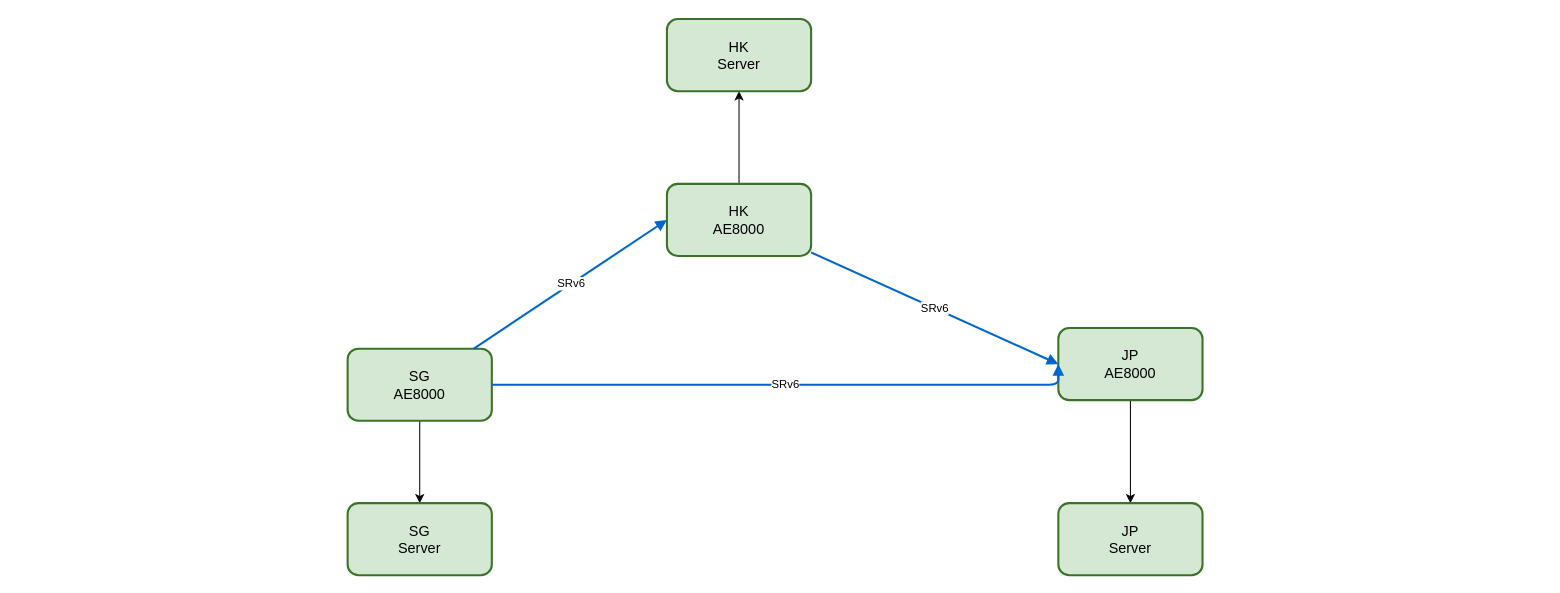
Before: page "underlay" (2 of 6) of arc.drawio in seansuming/ags-sdn-arc, a draw.io diagram. Source tidied: cells renumbered, new cells numbered last; positions are measured from the earlier drawing's top-left corner, leaving out a move shared by most shapes. Both pictures are drawn from the tidied source at 103%, with x=0, y=0 at pixel (347, 19).
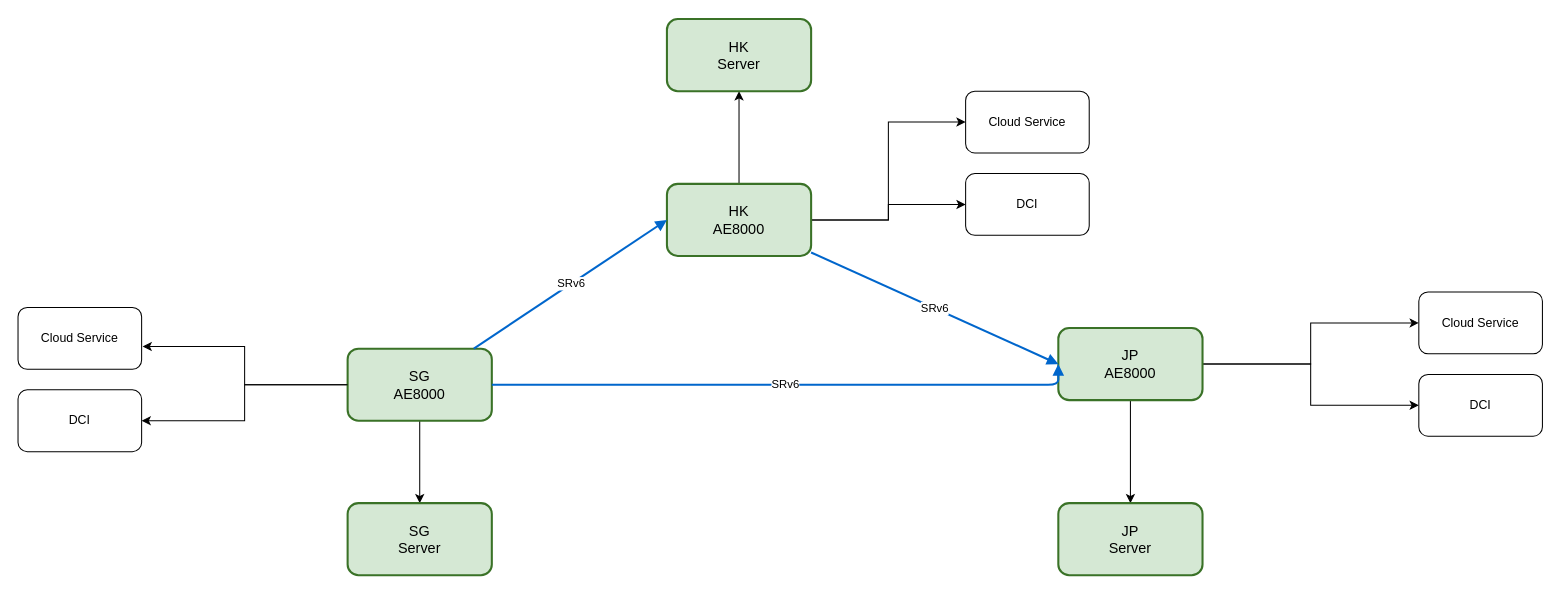
The same diagram, later.

Unchanged cells that the change refers to:
```xml
<mxCell id="3" value="SG&lt;br&gt;AE8000" style="rounded=1;whiteSpace=wrap;html=1;fillColor=#d5e8d4;strokeColor=#3a7227;strokeWidth=2;fontSize=14;" parent="1" vertex="1">
  <mxGeometry y="320" width="140" height="70" as="geometry" />
</mxCell>
<mxCell id="5" value="HK&lt;div&gt;AE8000&lt;/div&gt;" style="rounded=1;whiteSpace=wrap;html=1;fillColor=#d5e8d4;strokeColor=#3a7227;strokeWidth=2;fontSize=14;" parent="1" vertex="1">
  <mxGeometry x="310" y="160" width="140" height="70" as="geometry" />
</mxCell>
<mxCell id="7" value="JP&lt;div&gt;AE8000&lt;/div&gt;" style="rounded=1;whiteSpace=wrap;html=1;fillColor=#d5e8d4;strokeColor=#3a7227;strokeWidth=2;fontSize=14;" parent="1" vertex="1">
  <mxGeometry x="690" y="300" width="140" height="70" as="geometry" />
</mxCell>
```

Diff of the diagram source:
```diff
@@
+    <mxCell id="14" style="edgeStyle=orthogonalEdgeStyle;rounded=0;jettySize=auto;html=1;entryX=1;entryY=0.5;entryDx=0;entryDy=0;" parent="1" edge="1" source="3" target="20">
+      <mxGeometry relative="1" as="geometry" />
+    </mxCell>
@@
+    <mxCell id="15" style="edgeStyle=orthogonalEdgeStyle;rounded=0;jettySize=auto;html=1;entryX=0;entryY=0.5;entryDx=0;entryDy=0;" parent="1" edge="1" source="5" target="24">
+      <mxGeometry relative="1" as="geometry" />
+    </mxCell>
+    <mxCell id="16" style="edgeStyle=orthogonalEdgeStyle;rounded=0;jettySize=auto;html=1;" parent="1" edge="1" source="5" target="25">
+      <mxGeometry relative="1" as="geometry" />
+    </mxCell>
@@
+    <mxCell id="17" style="edgeStyle=orthogonalEdgeStyle;rounded=0;jettySize=auto;html=1;" parent="1" edge="1" source="7" target="22">
+      <mxGeometry relative="1" as="geometry" />
+    </mxCell>
+    <mxCell id="18" style="edgeStyle=orthogonalEdgeStyle;rounded=0;jettySize=auto;html=1;entryX=0;entryY=0.5;entryDx=0;entryDy=0;" parent="1" edge="1" source="7" target="23">
+      <mxGeometry relative="1" as="geometry" />
+    </mxCell>
@@
+    <mxCell id="19" value="Cloud Service" style="rounded=1;whiteSpace=wrap;html=1;" parent="1" vertex="1">
+      <mxGeometry x="-320" y="280" width="120" height="60" as="geometry" />
+    </mxCell>
+    <mxCell id="20" value="DCI" style="rounded=1;whiteSpace=wrap;html=1;" parent="1" vertex="1">
+      <mxGeometry x="-320" y="360" width="120" height="60" as="geometry" />
+    </mxCell>
+    <mxCell id="21" style="edgeStyle=orthogonalEdgeStyle;rounded=0;jettySize=auto;html=1;entryX=1.008;entryY=0.633;entryDx=0;entryDy=0;entryPerimeter=0;" parent="1" edge="1" source="3" target="19">
+      <mxGeometry relative="1" as="geometry" />
+    </mxCell>
+    <mxCell id="22" value="Cloud Service" style="rounded=1;whiteSpace=wrap;html=1;" parent="1" vertex="1">
+      <mxGeometry x="1040" y="265" width="120" height="60" as="geometry" />
+    </mxCell>
+    <mxCell id="23" value="DCI" style="rounded=1;whiteSpace=wrap;html=1;" parent="1" vertex="1">
+      <mxGeometry x="1040" y="345" width="120" height="60" as="geometry" />
+    </mxCell>
+    <mxCell id="24" value="Cloud Service" style="rounded=1;whiteSpace=wrap;html=1;" parent="1" vertex="1">
+      <mxGeometry x="600" y="70" width="120" height="60" as="geometry" />
+    </mxCell>
+    <mxCell id="25" value="DCI" style="rounded=1;whiteSpace=wrap;html=1;" parent="1" vertex="1">
+      <mxGeometry x="600" y="150" width="120" height="60" as="geometry" />
+    </mxCell>
```
